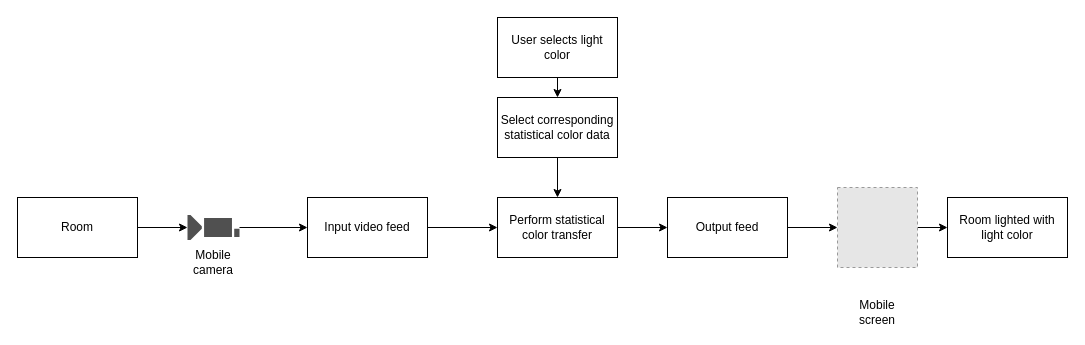
The draw.io diagram graphical_abstract.drawio in Aatmaj-Zephyr/ar-vr-project, before the edit. Source tidied: cells renumbered, new cells numbered last; positions are measured from the earlier drawing's top-left corner, leaving out a move shared by most shapes. Both pictures are drawn from the tidied source at 100%, with x=0, y=0 at pixel (17, 17). Pictures stored in the file or linked from it are replaced by grey dashed boxes.
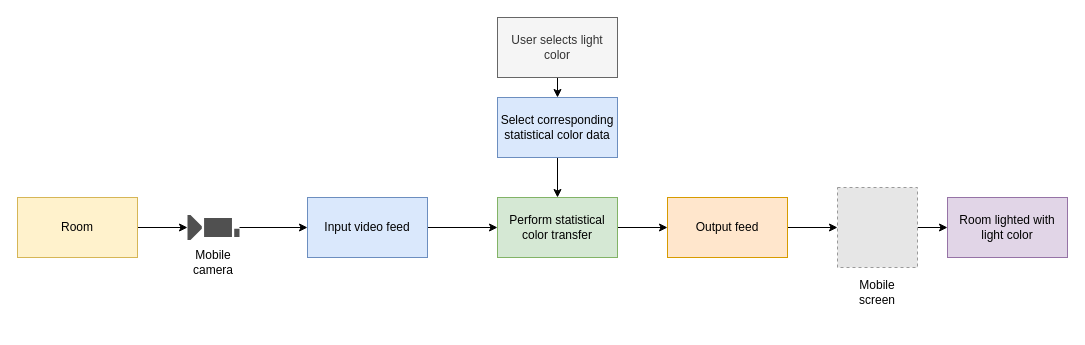
The same diagram, later.

What changed in the source:
```diff
@@
-    <mxCell id="5" value="Room" style="rounded=0;whiteSpace=wrap;html=1;" parent="1" vertex="1">
+    <mxCell id="5" value="Room" style="rounded=0;whiteSpace=wrap;html=1;fillColor=#fff2cc;strokeColor=#d6b656;" parent="1" vertex="1">
       <mxGeometry y="180" width="120" height="60" as="geometry" />
     </mxCell>
@@
-    <mxCell id="7" value="Room lighted with light color" style="rounded=0;whiteSpace=wrap;html=1;" parent="1" vertex="1">
+    <mxCell id="7" value="Room lighted with light color" style="rounded=0;whiteSpace=wrap;html=1;fillColor=#e1d5e7;strokeColor=#9673a6;" parent="1" vertex="1">
       <mxGeometry x="930" y="180" width="120" height="60" as="geometry" />
     </mxCell>
@@
-    <mxCell id="9" value="Select corresponding statistical color data" style="rounded=0;whiteSpace=wrap;html=1;" parent="1" vertex="1">
+    <mxCell id="9" value="Select corresponding statistical color data" style="rounded=0;whiteSpace=wrap;html=1;fillColor=#dae8fc;strokeColor=#6c8ebf;" parent="1" vertex="1">
       <mxGeometry x="480" y="80" width="120" height="60" as="geometry" />
     </mxCell>
@@
-    <mxCell id="11" value="Perform statistical color transfer" style="rounded=0;whiteSpace=wrap;html=1;" parent="1" vertex="1">
+    <mxCell id="11" value="Perform statistical color transfer" style="rounded=0;whiteSpace=wrap;html=1;fillColor=#d5e8d4;strokeColor=#82b366;" parent="1" vertex="1">
       <mxGeometry x="480" y="180" width="120" height="60" as="geometry" />
     </mxCell>
@@
-    <mxCell id="13" value="Input video feed" style="rounded=0;whiteSpace=wrap;html=1;" parent="1" vertex="1">
+    <mxCell id="13" value="Input video feed" style="rounded=0;whiteSpace=wrap;html=1;fillColor=#dae8fc;strokeColor=#6c8ebf;" parent="1" vertex="1">
       <mxGeometry x="290" y="180" width="120" height="60" as="geometry" />
     </mxCell>
@@
-    <mxCell id="15" value="Output feed" style="rounded=0;whiteSpace=wrap;html=1;" parent="1" vertex="1">
+    <mxCell id="15" value="Output feed" style="rounded=0;whiteSpace=wrap;html=1;fillColor=#ffe6cc;strokeColor=#d79b00;" parent="1" vertex="1">
       <mxGeometry x="650" y="180" width="120" height="60" as="geometry" />
     </mxCell>
@@
-    <mxCell id="17" value="User selects light color" style="rounded=0;whiteSpace=wrap;html=1;" parent="1" vertex="1">
+    <mxCell id="17" value="User selects light color" style="rounded=0;whiteSpace=wrap;html=1;fillColor=#f5f5f5;fontColor=#333333;strokeColor=#666666;" parent="1" vertex="1">
       <mxGeometry x="480" width="120" height="60" as="geometry" />
     </mxCell>
@@
     <mxCell id="20" value="Mobile screen" style="text;html=1;align=center;verticalAlign=middle;whiteSpace=wrap;rounded=0;" parent="1" vertex="1">
-      <mxGeometry x="830" y="280" width="60" height="30" as="geometry" />
+      <mxGeometry x="830" y="260" width="60" height="30" as="geometry" />
     </mxCell>
```
